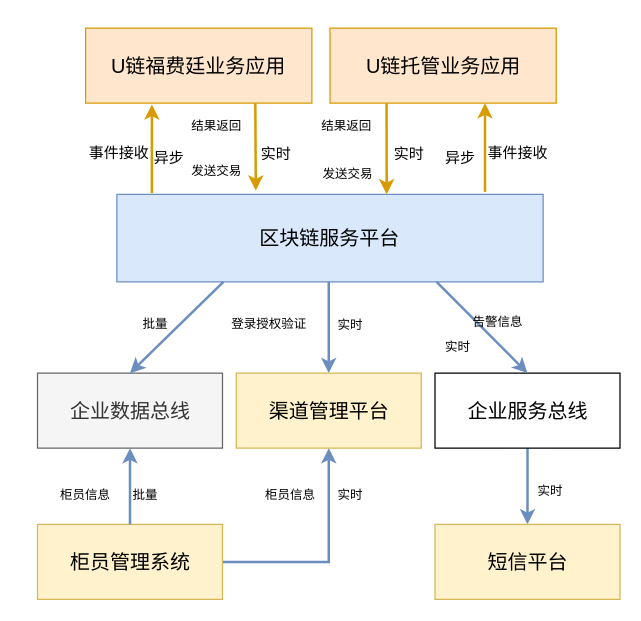
dilide/collections keeps this draw.io diagram as repository/drawio/postb/上线部署-逻辑架构图.drawio. Above is the earlier version. Source tidied: cells renumbered, new cells numbered last; positions are measured from the earlier drawing's top-left corner, leaving out a move shared by most shapes. Both pictures are drawn from the tidied source at 125%, with x=0, y=0 at pixel (38, 28).
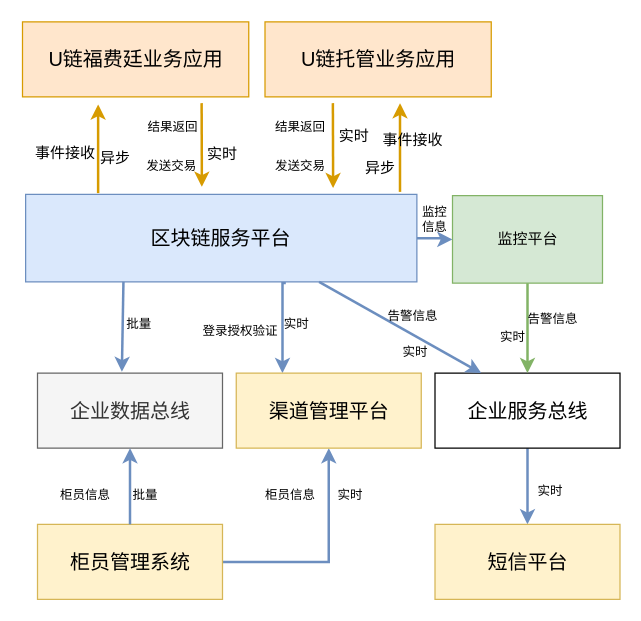
The same page after the edit.

Commit message:
Update 上线部署-逻辑架构图.drawio

The change refers to these unchanged cells:
```xml
<mxCell id="6" value="企业数据总线" style="rounded=0;whiteSpace=wrap;html=1;fontSize=16;fillColor=#f5f5f5;strokeColor=#666666;fontColor=#333333;" parent="1" vertex="1">
  <mxGeometry x="-0.5" y="276" width="148" height="60" as="geometry" />
</mxCell>
<mxCell id="8" value="企业服务总线" style="rounded=0;whiteSpace=wrap;html=1;fontSize=16;" parent="1" vertex="1">
  <mxGeometry x="317.5" y="276" width="148" height="60" as="geometry" />
</mxCell>
<mxCell id="11" value="渠道管理平台" style="rounded=0;whiteSpace=wrap;html=1;fontSize=16;fillColor=#fff2cc;strokeColor=#d6b656;" parent="1" vertex="1">
  <mxGeometry x="158.5" y="276" width="148" height="60" as="geometry" />
</mxCell>
```

Diff of the diagram source:
```diff
@@
-    <mxCell id="2" style="edgeStyle=orthogonalEdgeStyle;rounded=0;jettySize=auto;html=1;exitX=0.5;exitY=1;exitDx=0;exitDy=0;entryX=0.5;entryY=0;entryDx=0;entryDy=0;strokeColor=#6C8EBF;strokeWidth=2;fontSize=10;" parent="1" edge="1" source="3" target="11">
+    <mxCell id="2" style="edgeStyle=orthogonalEdgeStyle;rounded=0;jettySize=auto;html=1;exitX=0.665;exitY=1.014;exitDx=0;exitDy=0;entryX=0.25;entryY=0;entryDx=0;entryDy=0;strokeColor=#6C8EBF;strokeWidth=2;fontSize=10;exitPerimeter=0;" parent="1" edge="1" source="3" target="11">
       <mxGeometry relative="1" as="geometry">
         <Array as="points">
-          <mxPoint x="233" y="203" />
+          <mxPoint x="196" y="204" />
         </Array>
       </mxGeometry>
     </mxCell>
+    <mxCell id="40" style="edgeStyle=orthogonalEdgeStyle;rounded=0;jettySize=auto;html=1;strokeWidth=2;fillColor=#dae8fc;strokeColor=#6c8ebf;" parent="1" edge="1" source="3" target="42">
+      <mxGeometry relative="1" as="geometry" />
+    </mxCell>
     <mxCell id="3" value="区块链服务平台" style="rounded=0;whiteSpace=wrap;html=1;fontSize=16;fillColor=#dae8fc;strokeColor=#6c8ebf;" parent="1" vertex="1">
-      <mxGeometry x="63" y="133" width="341" height="70" as="geometry" />
+      <mxGeometry x="-10" y="133" width="313" height="70" as="geometry" />
     </mxCell>
     <mxCell id="4" value="U链福费廷业务应用" style="rounded=0;whiteSpace=wrap;html=1;fontSize=16;fillColor=#ffe6cc;strokeColor=#d79b00;" parent="1" vertex="1">
-      <mxGeometry x="38" width="181" height="60" as="geometry" />
+      <mxGeometry x="-12.5" y="-5" width="181" height="60" as="geometry" />
     </mxCell>
     <mxCell id="5" value="U链托管业务应用" style="rounded=0;whiteSpace=wrap;html=1;fontSize=16;fillColor=#ffe6cc;strokeColor=#d79b00;" parent="1" vertex="1">
-      <mxGeometry x="233.5" width="181" height="60" as="geometry" />
+      <mxGeometry x="181.5" y="-5" width="181" height="60" as="geometry" />
     </mxCell>
@@
-    <mxCell id="13" style="endArrow=none;startArrow=classic;html=1;strokeColor=#d79b00;strokeWidth=2;fontSize=16;entryX=0.75;entryY=1;entryDx=0;entryDy=0;exitX=0.326;exitY=-0.043;exitDx=0;exitDy=0;exitPerimeter=0;fillColor=#ffe6cc;endFill=0;" parent="1" edge="1" source="3" target="4">
-      <mxGeometry relative="1" as="geometry" />
+    <mxCell id="13" style="endArrow=none;startArrow=classic;html=1;strokeColor=#d79b00;strokeWidth=2;fontSize=16;entryX=0.75;entryY=1;entryDx=0;entryDy=0;fillColor=#ffe6cc;endFill=0;" parent="1" edge="1">
+      <mxGeometry relative="1" as="geometry">
+        <mxPoint x="131" y="127" as="sourcePoint" />
+        <mxPoint x="130.8" y="60" as="targetPoint" />
+      </mxGeometry>
     </mxCell>
-    <mxCell id="14" style="endArrow=none;startArrow=classic;html=1;strokeColor=#d79b00;strokeWidth=2;fontSize=16;entryX=0.25;entryY=1;entryDx=0;entryDy=0;exitX=0.633;exitY=0;exitDx=0;exitDy=0;exitPerimeter=0;fillColor=#ffe6cc;endFill=0;" parent="1" edge="1" source="3" target="5">
-      <mxGeometry relative="1" as="geometry" />
+    <mxCell id="14" style="endArrow=none;startArrow=classic;html=1;strokeColor=#d79b00;strokeWidth=2;fontSize=16;entryX=0.25;entryY=1;entryDx=0;entryDy=0;fillColor=#ffe6cc;endFill=0;" parent="1" edge="1">
+      <mxGeometry relative="1" as="geometry">
+        <mxPoint x="236" y="128" as="sourcePoint" />
+        <mxPoint x="235.8" y="60" as="targetPoint" />
+      </mxGeometry>
     </mxCell>
     <mxCell id="15" value="发送交易" style="text;html=1;align=left;verticalAlign=top;spacingTop=-4;fontSize=10;" parent="1" vertex="1">
-      <mxGeometry x="121" y="106" width="74" height="19" as="geometry" />
+      <mxGeometry x="84.5" y="101.5" width="74" height="19" as="geometry" />
     </mxCell>
     <mxCell id="16" value="结果返回" style="text;html=1;align=left;verticalAlign=top;spacingTop=-4;fontSize=10;" parent="1" vertex="1">
-      <mxGeometry x="121" y="70" width="58" height="12" as="geometry" />
+      <mxGeometry x="86" y="71" width="58" height="12" as="geometry" />
     </mxCell>
     <mxCell id="17" value="发送交易" style="text;html=1;align=left;verticalAlign=top;spacingTop=-4;fontSize=10;" parent="1" vertex="1">
-      <mxGeometry x="226" y="107.5" width="58" height="12" as="geometry" />
+      <mxGeometry x="188" y="101.5" width="58" height="12" as="geometry" />
     </mxCell>
     <mxCell id="18" value="结果返回" style="text;html=1;align=left;verticalAlign=top;spacingTop=-4;fontSize=10;" parent="1" vertex="1">
-      <mxGeometry x="225" y="70" width="58" height="12" as="geometry" />
+      <mxGeometry x="188" y="71" width="58" height="12" as="geometry" />
     </mxCell>
@@
-    <mxCell id="22" style="endArrow=classic;html=1;strokeColor=#6C8EBF;strokeWidth=2;fontSize=10;exitX=0.25;exitY=1;exitDx=0;exitDy=0;entryX=0.5;entryY=0;entryDx=0;entryDy=0;" parent="1" edge="1" source="3" target="6">
-      <mxGeometry relative="1" as="geometry" />
+    <mxCell id="22" style="endArrow=classic;html=1;strokeColor=#6C8EBF;strokeWidth=2;fontSize=10;exitX=0.25;exitY=1;exitDx=0;exitDy=0;" parent="1" edge="1" source="3">
+      <mxGeometry relative="1" as="geometry">
+        <mxPoint x="67" y="275" as="targetPoint" />
+      </mxGeometry>
     </mxCell>
     <mxCell id="23" value="批量" style="text;html=1;align=left;verticalAlign=top;spacingTop=-4;fontSize=10;" parent="1" vertex="1">
-      <mxGeometry x="82" y="228" width="34" height="12" as="geometry" />
+      <mxGeometry x="69" y="228" width="34" height="12" as="geometry" />
     </mxCell>
     <mxCell id="24" value="登录授权验证" style="text;html=1;align=left;verticalAlign=top;spacingTop=-4;fontSize=10;" parent="1" vertex="1">
-      <mxGeometry x="153" y="228" width="82" height="12" as="geometry" />
+      <mxGeometry x="130" y="233.5" width="82" height="12" as="geometry" />
     </mxCell>
     <mxCell id="25" value="实时" style="text;html=1;align=left;verticalAlign=top;spacingTop=-4;fontSize=10;" parent="1" vertex="1">
-      <mxGeometry x="238" y="229" width="34" height="12" as="geometry" />
+      <mxGeometry x="195" y="227.5" width="34" height="12" as="geometry" />
     </mxCell>
-    <mxCell id="26" style="endArrow=classic;html=1;strokeColor=#6C8EBF;strokeWidth=2;fontSize=10;exitX=0.75;exitY=1;exitDx=0;exitDy=0;entryX=0.5;entryY=0;entryDx=0;entryDy=0;" parent="1" edge="1" source="3" target="8">
+    <mxCell id="26" style="endArrow=classic;html=1;strokeColor=#6C8EBF;strokeWidth=2;fontSize=10;exitX=0.75;exitY=1;exitDx=0;exitDy=0;entryX=0.25;entryY=0;entryDx=0;entryDy=0;" parent="1" edge="1" source="3" target="8">
       <mxGeometry relative="1" as="geometry" />
     </mxCell>
     <mxCell id="27" value="告警信息" style="text;html=1;align=left;verticalAlign=top;spacingTop=-4;fontSize=10;" parent="1" vertex="1">
-      <mxGeometry x="346" y="227" width="58" height="12" as="geometry" />
+      <mxGeometry x="277.5" y="221.5" width="58" height="12" as="geometry" />
     </mxCell>
     <mxCell id="28" value="实时" style="text;html=1;align=left;verticalAlign=top;spacingTop=-4;fontSize=10;" parent="1" vertex="1">
-      <mxGeometry x="324" y="247" width="34" height="12" as="geometry" />
+      <mxGeometry x="289.5" y="251" width="34" height="12" as="geometry" />
     </mxCell>
@@
     <mxCell id="32" value="实时" style="text;html=1;align=center;verticalAlign=top;spacingTop=-4;" parent="1" vertex="1">
-      <mxGeometry x="173" y="91" width="34" height="14" as="geometry" />
+      <mxGeometry x="130" y="91" width="34" height="14" as="geometry" />
     </mxCell>
     <mxCell id="33" value="实时" style="text;html=1;align=left;verticalAlign=top;spacingTop=-4;" parent="1" vertex="1">
-      <mxGeometry x="283" y="91" width="34" height="14" as="geometry" />
+      <mxGeometry x="239" y="77" width="34" height="14" as="geometry" />
     </mxCell>
-    <mxCell id="34" style="endArrow=classic;html=1;entryX=0.293;entryY=1.017;entryDx=0;entryDy=0;entryPerimeter=0;strokeWidth=2;fillColor=#ffe6cc;strokeColor=#d79b00;" parent="1" edge="1" target="4">
+    <mxCell id="34" style="endArrow=classic;html=1;entryX=0.293;entryY=1.017;entryDx=0;entryDy=0;entryPerimeter=0;strokeWidth=2;fillColor=#ffe6cc;strokeColor=#d79b00;" parent="1" edge="1">
       <mxGeometry relative="1" as="geometry">
-        <mxPoint x="91" y="132" as="sourcePoint" />
+        <mxPoint x="48" y="132" as="sourcePoint" />
+        <mxPoint x="48" y="61" as="targetPoint" />
       </mxGeometry>
     </mxCell>
     <mxCell id="35" value="事件接收" style="text;html=1;align=left;verticalAlign=top;spacingTop=-4;" parent="1" vertex="1">
-      <mxGeometry x="39" y="89.5" width="58" height="14" as="geometry" />
+      <mxGeometry x="-4" y="89.5" width="58" height="14" as="geometry" />
     </mxCell>
     <mxCell id="36" value="异步" style="text;html=1;align=left;verticalAlign=top;spacingTop=-4;" parent="1" vertex="1">
-      <mxGeometry x="90.5" y="93.5" width="34" height="14" as="geometry" />
+      <mxGeometry x="47.5" y="93.5" width="34" height="14" as="geometry" />
     </mxCell>
     <mxCell id="37" style="endArrow=classic;html=1;entryX=0.293;entryY=1.017;entryDx=0;entryDy=0;entryPerimeter=0;strokeWidth=2;fillColor=#ffe6cc;strokeColor=#d79b00;" parent="1" edge="1">
       <mxGeometry relative="1" as="geometry">
-        <mxPoint x="357.5" y="131" as="sourcePoint" />
-        <mxPoint x="357.5" y="60" as="targetPoint" />
+        <mxPoint x="289.5" y="131" as="sourcePoint" />
+        <mxPoint x="289.5" y="60" as="targetPoint" />
       </mxGeometry>
     </mxCell>
     <mxCell id="38" value="事件接收" style="text;html=1;align=left;verticalAlign=top;spacingTop=-4;" parent="1" vertex="1">
-      <mxGeometry x="358" y="89.5" width="58" height="14" as="geometry" />
+      <mxGeometry x="274" y="79.5" width="58" height="14" as="geometry" />
     </mxCell>
     <mxCell id="39" value="异步" style="text;html=1;align=left;verticalAlign=top;spacingTop=-4;" parent="1" vertex="1">
-      <mxGeometry x="324" y="93.5" width="34" height="14" as="geometry" />
+      <mxGeometry x="260" y="101.5" width="34" height="14" as="geometry" />
     </mxCell>
+    <mxCell id="41" style="edgeStyle=orthogonalEdgeStyle;rounded=0;jettySize=auto;html=1;exitX=0.5;exitY=1;exitDx=0;exitDy=0;fillColor=#d5e8d4;strokeColor=#82b366;strokeWidth=2;" parent="1" edge="1" source="42" target="8">
+      <mxGeometry relative="1" as="geometry" />
+    </mxCell>
+    <mxCell id="42" value="监控平台" style="rounded=0;whiteSpace=wrap;html=1;fillColor=#d5e8d4;strokeColor=#82b366;" parent="1" vertex="1">
+      <mxGeometry x="331.5" y="134" width="120" height="70" as="geometry" />
+    </mxCell>
+    <mxCell id="43" value="&lt;span style=&quot;font-size: 10px&quot;&gt;告警信息&lt;/span&gt;" style="text;html=1;align=left;verticalAlign=top;spacingTop=-4;" parent="1" vertex="1">
+      <mxGeometry x="390" y="221.5" width="50" height="14" as="geometry" />
+    </mxCell>
+    <mxCell id="44" value="&lt;span style=&quot;font-size: 10px&quot;&gt;实时&lt;/span&gt;" style="text;html=1;align=left;verticalAlign=top;spacingTop=-4;" parent="1" vertex="1">
+      <mxGeometry x="368" y="237" width="30" height="14" as="geometry" />
+    </mxCell>
+    <mxCell id="45" value="监控&lt;br&gt;信息" style="text;html=1;align=center;verticalAlign=top;spacingTop=-4;fontSize=10;" parent="1" vertex="1">
+      <mxGeometry x="301.5" y="139" width="30" height="24" as="geometry" />
+    </mxCell>
```
